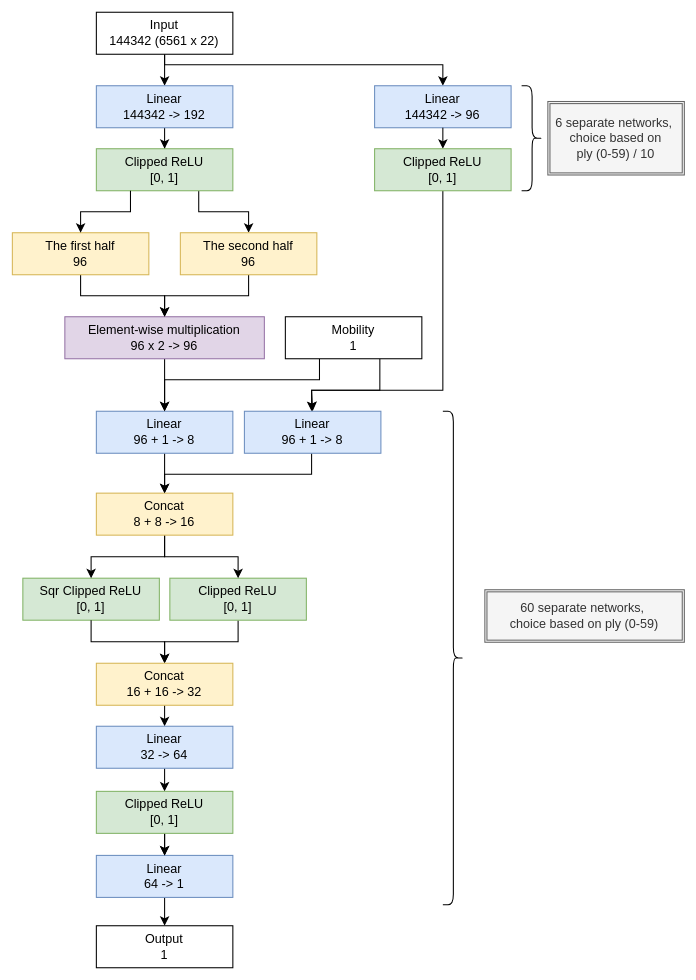
Earlier version of the draw.io export docs/img/nn_architecture.svg (natsutteatsuiyone/neural-reversi). Source tidied: cells renumbered, new cells last; positions are measured from the earlier drawing's top-left corner, leaving out a move shared by most shapes.
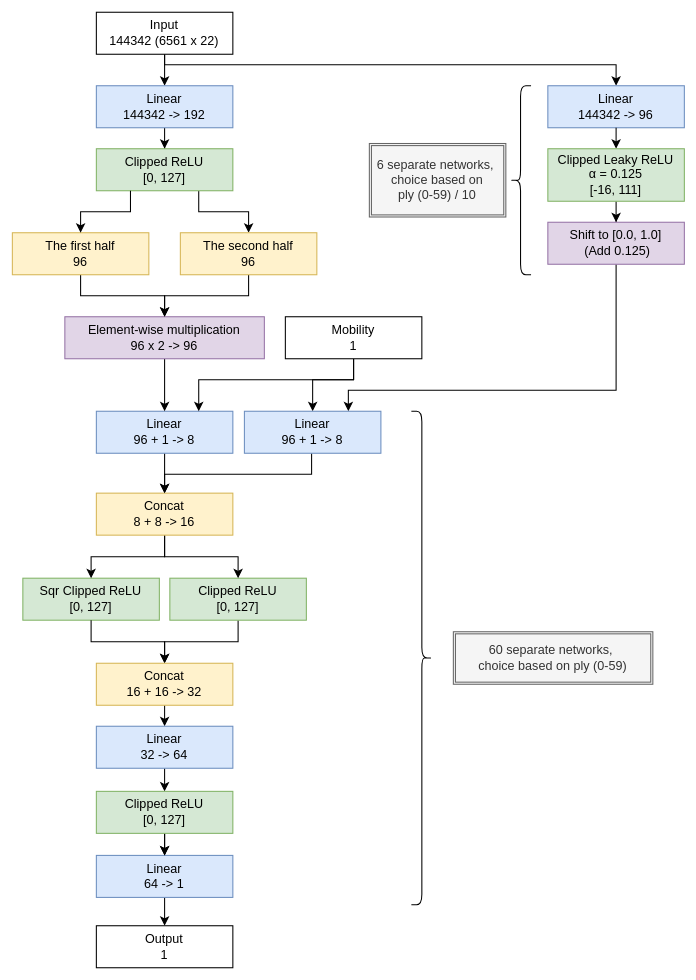
The same diagram one commit later.

The edit, as a diff of the source:
```diff
@@ -37,10 +37,10 @@
       <mxGeometry x="80" y="680" width="130" height="40" as="geometry" />
     </mxCell>
     <mxCell id="11" style="shape=curlyBracket;whiteSpace=wrap;html=1;rounded=1;flipH=1;" parent="1" vertex="1">
-      <mxGeometry x="410" y="380" width="20" height="470" as="geometry" />
+      <mxGeometry x="380" y="380" width="20" height="470" as="geometry" />
     </mxCell>
     <mxCell id="12" value="60 separate networks,&amp;nbsp;&lt;div&gt;choice based on ply (0-59)&lt;/div&gt;" style="shape=ext;double=1;rounded=0;whiteSpace=wrap;html=1;fillColor=#f5f5f5;fontColor=#333333;strokeColor=#666666;" parent="1" vertex="1">
-      <mxGeometry x="450" y="550" width="190" height="50" as="geometry" />
+      <mxGeometry x="420" y="590" width="190" height="50" as="geometry" />
     </mxCell>
     <mxCell id="13" style="edgeStyle=orthogonalEdgeStyle;rounded=0;jettySize=auto;html=1;" parent="1" edge="1" source="14">
       <mxGeometry relative="1" as="geometry">
@@ -56,7 +56,7 @@
     <mxCell id="16" style="edgeStyle=orthogonalEdgeStyle;rounded=0;jettySize=auto;html=1;" parent="1" edge="1" source="17" target="14">
       <mxGeometry relative="1" as="geometry" />
     </mxCell>
-    <mxCell id="17" value="Clipped ReLU&lt;div&gt;[0, 1]&lt;/div&gt;" style="rounded=0;whiteSpace=wrap;html=1;fillColor=#d5e8d4;strokeColor=#82b366;" parent="1" vertex="1">
+    <mxCell id="17" value="Clipped ReLU&lt;div&gt;[0, 127]&lt;/div&gt;" style="rounded=0;whiteSpace=wrap;html=1;fillColor=#d5e8d4;strokeColor=#82b366;" parent="1" vertex="1">
       <mxGeometry x="80" y="742" width="130" height="40" as="geometry" />
     </mxCell>
     <mxCell id="18" style="edgeStyle=orthogonalEdgeStyle;rounded=0;jettySize=auto;html=1;entryX=0.5;entryY=0;entryDx=0;entryDy=0;" parent="1" edge="1" source="19" target="21">
@@ -68,7 +68,7 @@
     <mxCell id="20" style="edgeStyle=orthogonalEdgeStyle;rounded=0;jettySize=auto;html=1;entryX=0.5;entryY=0;entryDx=0;entryDy=0;exitX=0.75;exitY=1;exitDx=0;exitDy=0;" parent="1" edge="1" source="21" target="30">
       <mxGeometry relative="1" as="geometry" />
     </mxCell>
-    <mxCell id="21" value="Clipped ReLU&lt;div&gt;[0, 1]&lt;/div&gt;" style="rounded=0;whiteSpace=wrap;html=1;fillColor=#d5e8d4;strokeColor=#82b366;" parent="1" vertex="1">
+    <mxCell id="21" value="Clipped ReLU&lt;div&gt;[0, 127]&lt;/div&gt;" style="rounded=0;whiteSpace=wrap;html=1;fillColor=#d5e8d4;strokeColor=#82b366;" parent="1" vertex="1">
       <mxGeometry x="80" y="130" width="130" height="40" as="geometry" />
     </mxCell>
     <mxCell id="22" style="edgeStyle=orthogonalEdgeStyle;rounded=0;jettySize=auto;html=1;exitX=0.5;exitY=1;exitDx=0;exitDy=0;entryX=0.5;entryY=0;entryDx=0;entryDy=0;" parent="1" edge="1" source="23" target="6">
@@ -77,13 +77,13 @@
     <mxCell id="23" value="Element-wise multiplication&lt;div&gt;96 x 2 -&amp;gt; 96&lt;/div&gt;" style="rounded=0;whiteSpace=wrap;html=1;fillColor=#e1d5e7;strokeColor=#9673a6;" parent="1" vertex="1">
       <mxGeometry x="50" y="290" width="190" height="40" as="geometry" />
     </mxCell>
-    <mxCell id="24" value="Sqr Clipped ReLU&lt;div&gt;[0, 1]&lt;/div&gt;" style="rounded=0;whiteSpace=wrap;html=1;fillColor=#d5e8d4;strokeColor=#82b366;" parent="1" vertex="1">
+    <mxCell id="24" value="Sqr Clipped ReLU&lt;div&gt;[0, 127]&lt;/div&gt;" style="rounded=0;whiteSpace=wrap;html=1;fillColor=#d5e8d4;strokeColor=#82b366;" parent="1" vertex="1">
       <mxGeometry x="10" y="539" width="130" height="40" as="geometry" />
     </mxCell>
     <mxCell id="25" style="edgeStyle=orthogonalEdgeStyle;rounded=0;jettySize=auto;html=1;entryX=0.5;entryY=0;entryDx=0;entryDy=0;" parent="1" edge="1" source="26" target="47">
       <mxGeometry relative="1" as="geometry" />
     </mxCell>
-    <mxCell id="26" value="Clipped ReLU&lt;div&gt;[0, 1]&lt;/div&gt;" style="rounded=0;whiteSpace=wrap;html=1;fillColor=#d5e8d4;strokeColor=#82b366;" parent="1" vertex="1">
+    <mxCell id="26" value="Clipped ReLU&lt;div&gt;[0, 127]&lt;/div&gt;" style="rounded=0;whiteSpace=wrap;html=1;fillColor=#d5e8d4;strokeColor=#82b366;" parent="1" vertex="1">
       <mxGeometry x="150" y="539" width="130" height="40" as="geometry" />
     </mxCell>
     <mxCell id="27" style="edgeStyle=orthogonalEdgeStyle;rounded=0;jettySize=auto;html=1;" parent="1" edge="1" source="28" target="23">
@@ -102,44 +102,47 @@
       <mxGeometry relative="1" as="geometry" />
     </mxCell>
     <mxCell id="32" value="Linear&lt;br&gt;144342 -&amp;gt; 96" style="rounded=0;whiteSpace=wrap;html=1;fillColor=#dae8fc;strokeColor=#6c8ebf;" parent="1" vertex="1">
-      <mxGeometry x="345" y="70" width="130" height="40" as="geometry" />
+      <mxGeometry x="510" y="70" width="130" height="40" as="geometry" />
     </mxCell>
     <mxCell id="33" style="edgeStyle=orthogonalEdgeStyle;rounded=0;jettySize=auto;html=1;entryX=0.5;entryY=0;entryDx=0;entryDy=0;exitX=0.5;exitY=1;exitDx=0;exitDy=0;" parent="1" edge="1" source="32" target="35">
       <mxGeometry relative="1" as="geometry" />
     </mxCell>
-    <mxCell id="34" style="edgeStyle=orthogonalEdgeStyle;rounded=0;jettySize=auto;html=1;exitX=0.5;exitY=1;exitDx=0;exitDy=0;" parent="1" edge="1" source="35" target="45">
+    <mxCell id="34" style="edgeStyle=orthogonalEdgeStyle;rounded=0;jettySize=auto;html=1;exitX=0.5;exitY=1;exitDx=0;exitDy=0;" parent="1" edge="1" source="50" target="45">
       <mxGeometry relative="1" as="geometry">
         <Array as="points">
-          <mxPoint x="410" y="360" />
-          <mxPoint x="285" y="360" />
+          <mxPoint x="575" y="360" />
+          <mxPoint x="320" y="360" />
         </Array>
       </mxGeometry>
     </mxCell>
+    <mxCell id="49" style="edgeStyle=orthogonalEdgeStyle;rounded=0;jettySize=auto;html=1;entryX=0.5;entryY=0;entryDx=0;entryDy=0;" parent="1" edge="1" source="35" target="50">
+      <mxGeometry relative="1" as="geometry" />
+    </mxCell>
-    <mxCell id="35" value="Clipped ReLU&lt;div&gt;[0, 1]&lt;/div&gt;" style="rounded=0;whiteSpace=wrap;html=1;fillColor=#d5e8d4;strokeColor=#82b366;" parent="1" vertex="1">
-      <mxGeometry x="345" y="130" width="130" height="40" as="geometry" />
+    <mxCell id="35" value="Clipped Leaky ReLU&lt;div&gt;α = 0.125&lt;br&gt;&lt;div&gt;[-16, 111]&lt;/div&gt;&lt;/div&gt;" style="rounded=0;whiteSpace=wrap;html=1;fillColor=#d5e8d4;strokeColor=#82b366;" parent="1" vertex="1">
+      <mxGeometry x="510" y="130" width="130" height="50" as="geometry" />
     </mxCell>
-    <mxCell id="36" style="shape=curlyBracket;whiteSpace=wrap;html=1;rounded=1;flipH=1;" parent="1" vertex="1">
-      <mxGeometry x="485" y="70" width="20" height="100" as="geometry" />
+    <mxCell id="36" style="shape=curlyBracket;whiteSpace=wrap;html=1;rounded=1;flipH=1;rotation=-180;" parent="1" vertex="1">
+      <mxGeometry x="474" y="70" width="20" height="180" as="geometry" />
     </mxCell>
     <mxCell id="37" value="6 separate networks,&amp;nbsp;&lt;div&gt;choice based on&lt;/div&gt;&lt;div&gt;ply (0-59) / 10&lt;/div&gt;" style="shape=ext;double=1;rounded=0;whiteSpace=wrap;html=1;fillColor=#f5f5f5;fontColor=#333333;strokeColor=#666666;" parent="1" vertex="1">
-      <mxGeometry x="510" y="85" width="130" height="70" as="geometry" />
+      <mxGeometry x="340" y="125" width="130" height="70" as="geometry" />
     </mxCell>
+    <mxCell id="39" style="edgeStyle=orthogonalEdgeStyle;rounded=0;jettySize=auto;html=1;entryX=0.75;entryY=0;entryDx=0;entryDy=0;" parent="1" edge="1" source="40" target="6">
+      <mxGeometry relative="1" as="geometry">
+        <Array as="points">
+          <mxPoint x="325" y="350" />
+          <mxPoint x="178" y="350" />
+        </Array>
+      </mxGeometry>
+    </mxCell>
     <mxCell id="38" style="edgeStyle=orthogonalEdgeStyle;rounded=0;jettySize=auto;html=1;entryX=0.5;entryY=0;entryDx=0;entryDy=0;" parent="1" edge="1" source="40" target="45">
       <mxGeometry relative="1" as="geometry">
         <Array as="points">
-          <mxPoint x="350" y="360" />
-          <mxPoint x="285" y="360" />
+          <mxPoint x="325" y="350" />
+          <mxPoint x="286" y="350" />
         </Array>
       </mxGeometry>
     </mxCell>
-    <mxCell id="39" style="edgeStyle=orthogonalEdgeStyle;rounded=0;jettySize=auto;html=1;exitX=0.25;exitY=1;exitDx=0;exitDy=0;entryX=0.5;entryY=0;entryDx=0;entryDy=0;" parent="1" edge="1" source="40" target="6">
-      <mxGeometry relative="1" as="geometry">
-        <Array as="points">
-          <mxPoint x="293" y="350" />
-          <mxPoint x="145" y="350" />
-        </Array>
-      </mxGeometry>
-    </mxCell>
     <mxCell id="40" value="Mobility&lt;br&gt;&lt;div&gt;1&lt;/div&gt;" style="rounded=0;whiteSpace=wrap;html=1;" parent="1" vertex="1">
       <mxGeometry x="260" y="290" width="130" height="40" as="geometry" />
     </mxCell>
@@ -172,5 +175,8 @@
     <mxCell id="48" value="Output&lt;div&gt;1&lt;/div&gt;" style="rounded=0;whiteSpace=wrap;html=1;" parent="1" vertex="1">
       <mxGeometry x="80" y="870" width="130" height="40" as="geometry" />
     </mxCell>
+    <mxCell id="50" value="Shift to [0.0, 1.0]&lt;div&gt;&amp;nbsp;(Add 0.125)&lt;/div&gt;" style="rounded=0;whiteSpace=wrap;html=1;fillColor=#e1d5e7;strokeColor=#9673a6;" parent="1" vertex="1">
+      <mxGeometry x="510" y="200" width="130" height="40" as="geometry" />
+    </mxCell>
   </root>
 </mxGraphModel>
```
